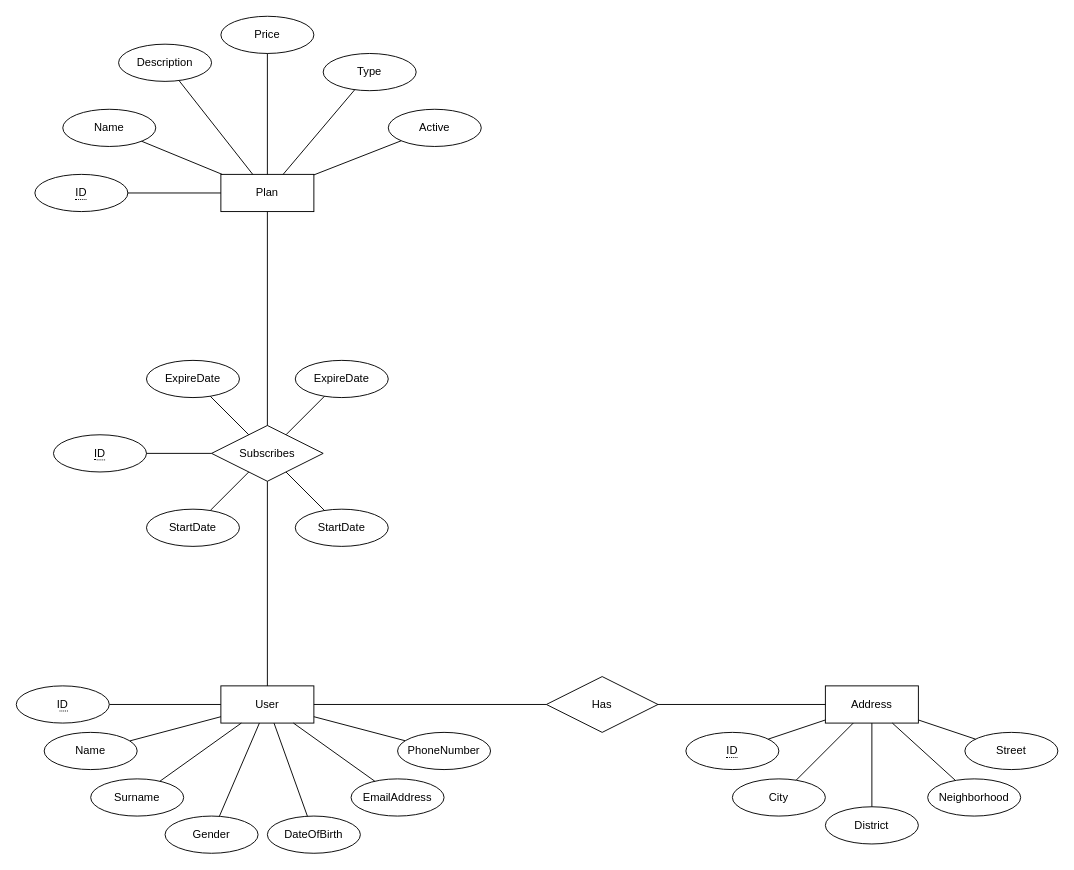
Above: ER_Diagram.drawio in batuhannoz/sports-club-management (draw.io), before the change. Source tidied: cells renumbered, new cells numbered last; positions are measured from the earlier drawing's top-left corner, leaving out a move shared by most shapes. Both pictures are drawn from the tidied source at 93%, with x=0, y=0 at pixel (16, 16).
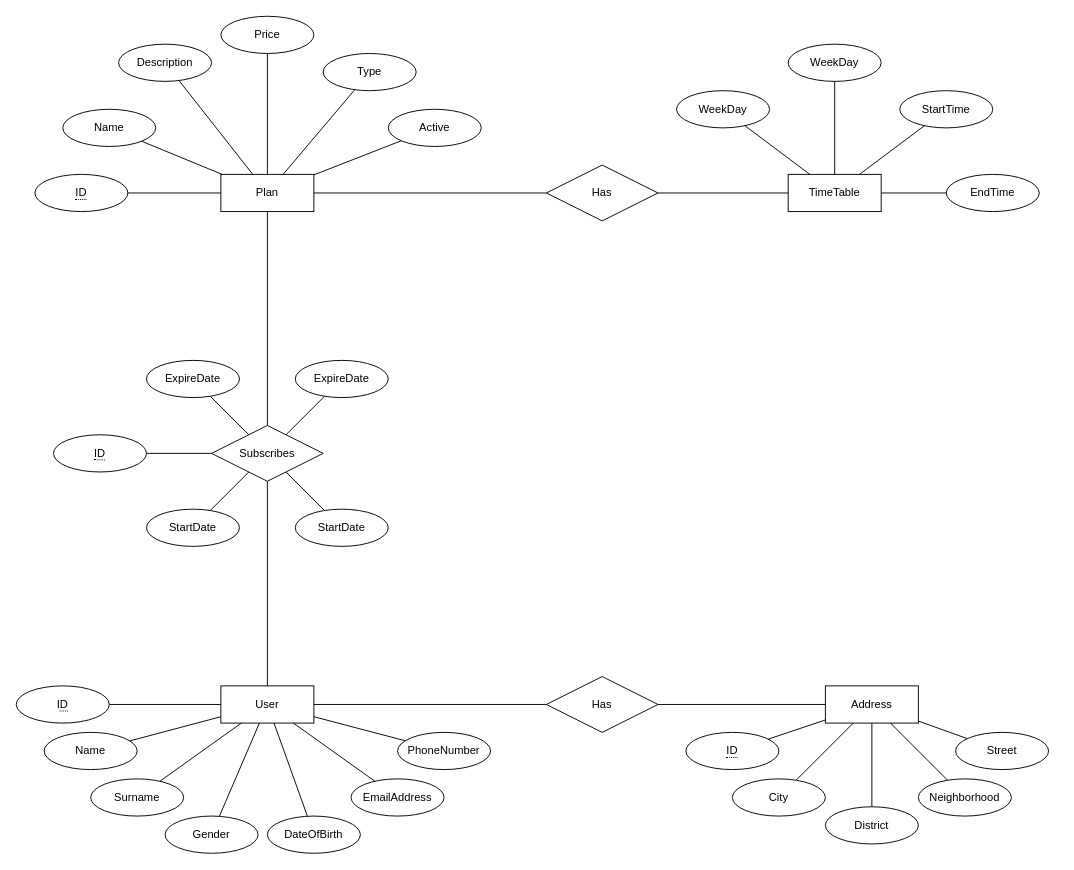
The same page after the edit.

Commit message:
Add TimeTable entity

The change refers to these unchanged cells:
```xml
<mxCell id="33" value="Plan" style="whiteSpace=wrap;html=1;align=center;" parent="1" vertex="1">
  <mxGeometry x="220" y="170" width="100" height="40" as="geometry" />
</mxCell>
```

Change to the diagram source:
```diff
@@
     <mxCell id="22" value="Street" style="ellipse;whiteSpace=wrap;html=1;align=center;" parent="1" vertex="1">
-      <mxGeometry x="1020" y="770" width="100" height="40" as="geometry" />
+      <mxGeometry x="1010" y="770" width="100" height="40" as="geometry" />
     </mxCell>
@@
     <mxCell id="25" value="Neighborhood" style="ellipse;whiteSpace=wrap;html=1;align=center;" parent="1" vertex="1">
-      <mxGeometry x="980" y="820" width="100" height="40" as="geometry" />
+      <mxGeometry x="970" y="820" width="100" height="40" as="geometry" />
     </mxCell>
@@
+    <mxCell id="57" value="TimeTable" style="whiteSpace=wrap;html=1;align=center;" parent="1" vertex="1">
+      <mxGeometry x="830" y="170" width="100" height="40" as="geometry" />
+    </mxCell>
+    <mxCell id="58" value="EndTime" style="ellipse;whiteSpace=wrap;html=1;align=center;" parent="1" vertex="1">
+      <mxGeometry x="1000" y="170" width="100" height="40" as="geometry" />
+    </mxCell>
+    <mxCell id="59" style="endArrow=none;html=1;rounded=0;" parent="1" edge="1" source="58" target="57">
+      <mxGeometry relative="1" as="geometry" />
+    </mxCell>
+    <mxCell id="60" value="StartTime" style="ellipse;whiteSpace=wrap;html=1;align=center;" parent="1" vertex="1">
+      <mxGeometry x="950" y="80" width="100" height="40" as="geometry" />
+    </mxCell>
+    <mxCell id="61" style="endArrow=none;html=1;rounded=0;" parent="1" edge="1" source="60" target="57">
+      <mxGeometry relative="1" as="geometry" />
+    </mxCell>
+    <mxCell id="62" value="Has" style="shape=rhombus;perimeter=rhombusPerimeter;whiteSpace=wrap;html=1;align=center;" parent="1" vertex="1">
+      <mxGeometry x="570" y="160" width="120" height="60" as="geometry" />
+    </mxCell>
+    <mxCell id="63" style="endArrow=none;html=1;rounded=0;" parent="1" edge="1" source="62" target="33">
+      <mxGeometry relative="1" as="geometry" />
+    </mxCell>
+    <mxCell id="64" style="endArrow=none;html=1;rounded=0;" parent="1" edge="1" source="57" target="62">
+      <mxGeometry relative="1" as="geometry" />
+    </mxCell>
+    <mxCell id="65" value="WeekDay" style="ellipse;whiteSpace=wrap;html=1;align=center;" parent="1" vertex="1">
+      <mxGeometry x="830" y="30" width="100" height="40" as="geometry" />
+    </mxCell>
+    <mxCell id="66" value="WeekDay" style="ellipse;whiteSpace=wrap;html=1;align=center;" parent="1" vertex="1">
+      <mxGeometry x="710" y="80" width="100" height="40" as="geometry" />
+    </mxCell>
+    <mxCell id="67" style="endArrow=none;html=1;rounded=0;" parent="1" edge="1" source="66" target="57">
+      <mxGeometry relative="1" as="geometry" />
+    </mxCell>
+    <mxCell id="68" style="endArrow=none;html=1;rounded=0;" parent="1" edge="1" source="65" target="57">
+      <mxGeometry relative="1" as="geometry" />
+    </mxCell>
```
